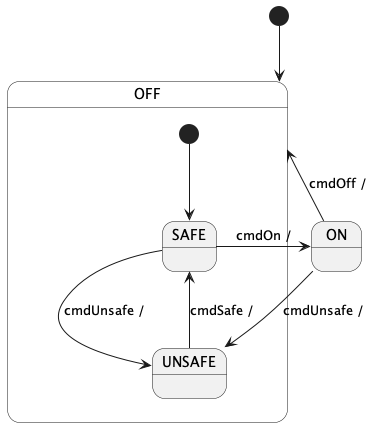
nasa/fpp keeps this PlantUML diagram as docs/users-guide/diagrams/state-machine/Substates.png. Above is the earlier version.
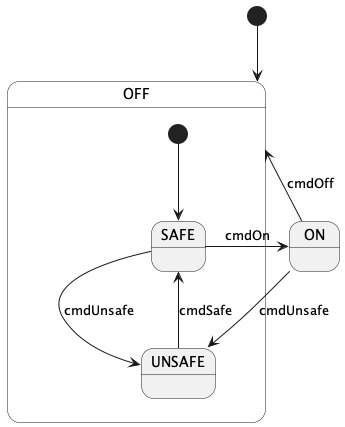
The same file after the commit.

What changed in the source:
```diff
@@ -9,10 +9,10 @@
 }
 state ON
 
-ON --> OFF : cmdOff /
-ON --> OFF.UNSAFE : cmdUnsafe /
-OFF.SAFE --> ON : cmdOn /
-OFF.SAFE --> OFF.UNSAFE : cmdUnsafe /
-OFF.UNSAFE --> OFF.SAFE : cmdSafe /
+ON --> OFF : cmdOff
+ON --> OFF.UNSAFE : cmdUnsafe
+OFF.SAFE --> ON : cmdOn
+OFF.SAFE --> OFF.UNSAFE : cmdUnsafe
+OFF.UNSAFE --> OFF.SAFE : cmdSafe
 
 @enduml
```
